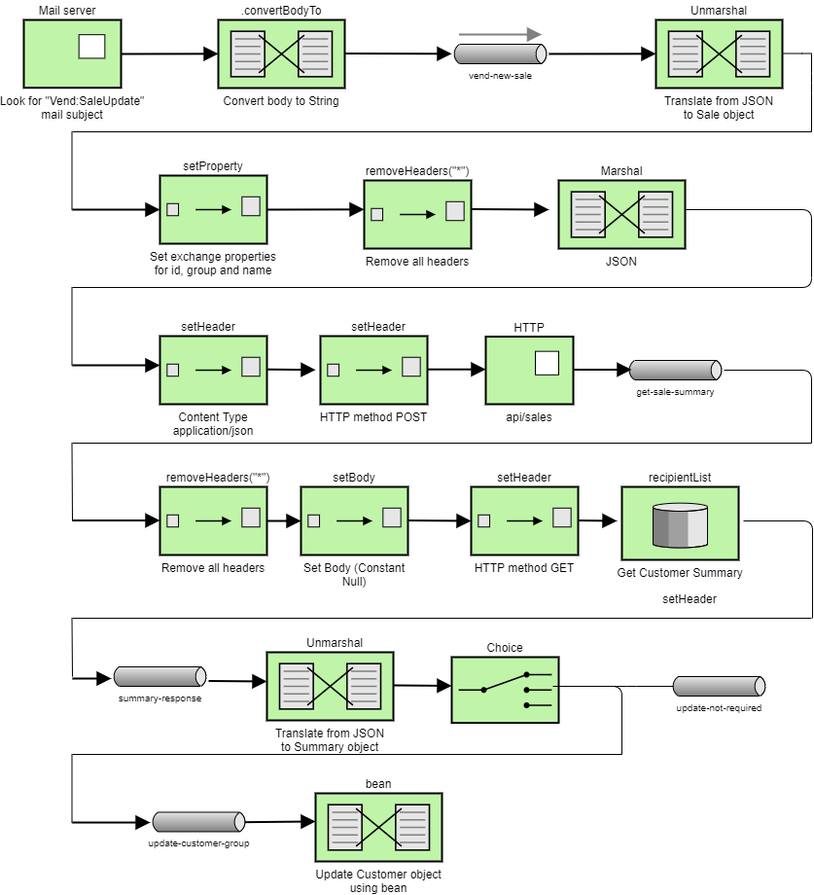
Earlier version of the draw.io export SaleServiceEIP.png (hugonzb/CamelRouter-Project). Source tidied: cells renumbered, new cells last; positions are measured from the earlier drawing's top-left corner, leaving out a move shared by most shapes.
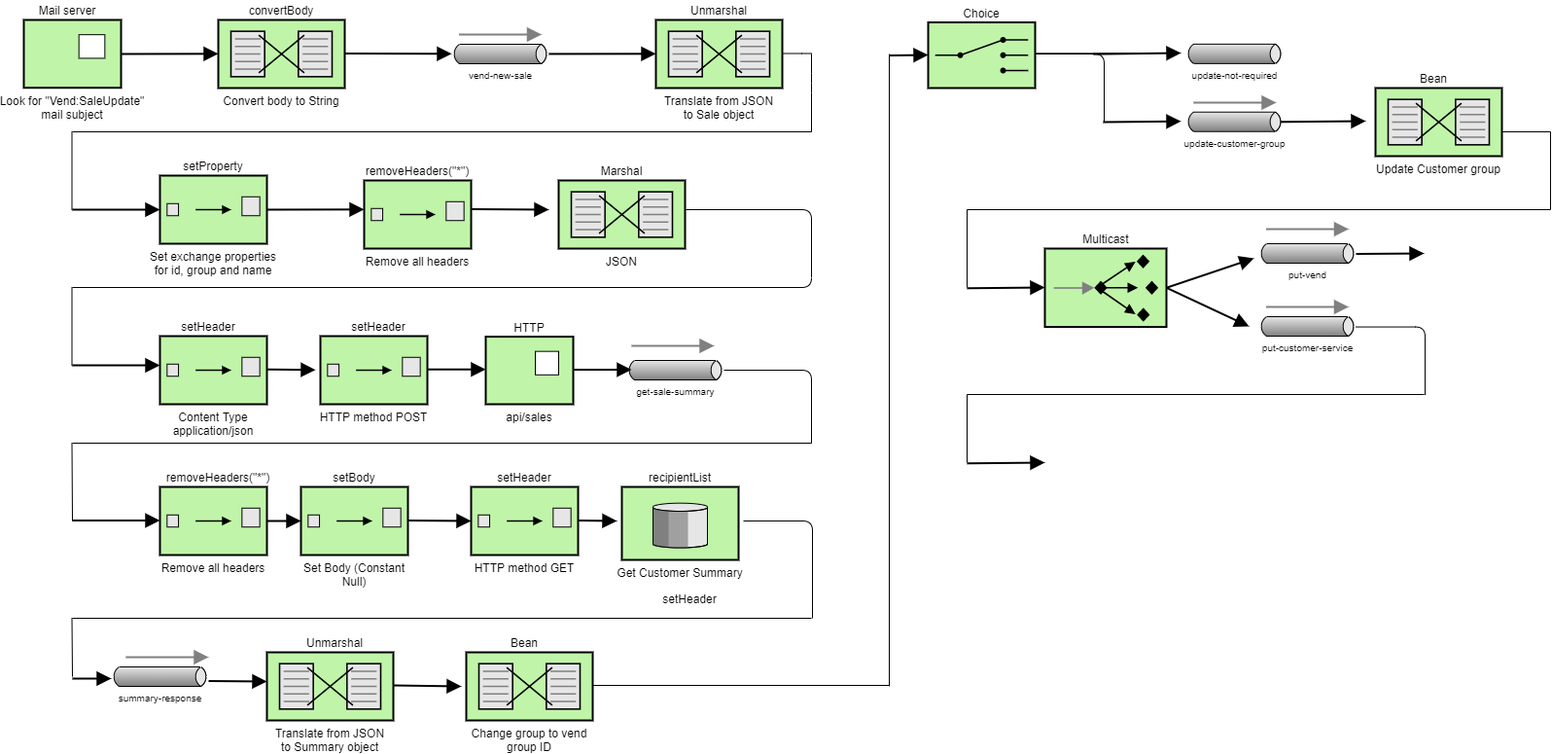
Above is the later version.

Commit message:
Added multicast and bean for converting group to group id, made other small adjustments and fixes

The edit, as a diff of the source:
```diff
@@ -130,7 +130,7 @@
     <mxCell id="26" value="setHeader" style="text;html=1;strokeColor=none;fillColor=none;align=center;verticalAlign=middle;whiteSpace=wrap;rounded=0;fontSize=12;" parent="1" vertex="1">
       <mxGeometry x="345" y="325" width="40" height="20" as="geometry" />
     </mxCell>
-    <mxCell id="27" value=".convertBodyTo" style="text;html=1;strokeColor=none;fillColor=none;align=center;verticalAlign=middle;whiteSpace=wrap;rounded=0;fontSize=12;" parent="1" vertex="1">
+    <mxCell id="27" value="convertBody" style="text;html=1;strokeColor=none;fillColor=none;align=center;verticalAlign=middle;whiteSpace=wrap;rounded=0;fontSize=12;" parent="1" vertex="1">
       <mxGeometry x="230" width="70" height="20" as="geometry" />
     </mxCell>
     <mxCell id="28" value="api/sales" style="strokeWidth=2;dashed=0;align=center;fontSize=12;shape=rect;verticalLabelPosition=bottom;verticalAlign=top;fillColor=#c0f5a9;" parent="1" vertex="1">
@@ -190,8 +190,8 @@
     <mxCell id="39" value="setHeader" style="text;html=1;strokeColor=none;fillColor=none;align=center;verticalAlign=middle;whiteSpace=wrap;rounded=0;fontSize=12;" parent="1" vertex="1">
       <mxGeometry x="665" y="605" width="40" height="20" as="geometry" />
     </mxCell>
-    <mxCell id="40" value="bean" style="text;html=1;strokeColor=none;fillColor=none;align=center;verticalAlign=middle;whiteSpace=wrap;rounded=0;fontSize=12;" parent="1" vertex="1">
-      <mxGeometry x="345" y="795" width="40" height="20" as="geometry" />
+    <mxCell id="40" value="Bean" style="text;html=1;strokeColor=none;fillColor=none;align=center;verticalAlign=middle;whiteSpace=wrap;rounded=0;fontSize=12;" parent="1" vertex="1">
+      <mxGeometry x="1430" y="70" width="40" height="20" as="geometry" />
     </mxCell>
     <mxCell id="41" value="Unmarshal" style="text;html=1;strokeColor=none;fillColor=none;align=center;verticalAlign=middle;whiteSpace=wrap;rounded=0;fontSize=12;" parent="1" vertex="1">
       <mxGeometry x="285" y="650" width="70" height="20" as="geometry" />
@@ -219,7 +219,7 @@
     <mxCell id="46" style="edgeStyle=none;html=1;strokeColor=#000000;endArrow=block;endSize=10;dashed=0;verticalAlign=bottom;strokeWidth=2;" parent="1" edge="1">
       <mxGeometry relative="1" as="geometry">
         <mxPoint x="380" y="704" as="sourcePoint" />
-        <mxPoint x="440" y="704.5" as="targetPoint" />
+        <mxPoint x="450" y="705" as="targetPoint" />
       </mxGeometry>
     </mxCell>
     <mxCell id="47" style="edgeStyle=none;html=1;strokeColor=#000000;endArrow=block;endSize=10;dashed=0;verticalAlign=bottom;strokeWidth=2;" parent="1" edge="1">
@@ -228,24 +228,12 @@
         <mxPoint x="90" y="697" as="targetPoint" />
       </mxGeometry>
     </mxCell>
-    <mxCell id="48" style="edgeStyle=none;html=1;strokeColor=#000000;endArrow=block;endSize=10;dashed=0;verticalAlign=bottom;strokeWidth=2;" parent="1" edge="1">
-      <mxGeometry relative="1" as="geometry">
-        <mxPoint x="50" y="845" as="sourcePoint" />
-        <mxPoint x="130" y="845" as="targetPoint" />
-      </mxGeometry>
-    </mxCell>
     <mxCell id="49" style="endArrow=none;html=1;strokeColor=#000000;fontSize=12;" parent="1" edge="1">
       <mxGeometry relative="1" as="geometry">
-        <mxPoint x="50" y="775" as="sourcePoint" />
-        <mxPoint x="615" y="775" as="targetPoint" />
+        <mxPoint x="585" y="704" as="sourcePoint" />
+        <mxPoint x="890" y="704" as="targetPoint" />
       </mxGeometry>
     </mxCell>
-    <mxCell id="50" style="endArrow=none;html=1;strokeColor=#000000;fontSize=12;" parent="1" edge="1">
-      <mxGeometry relative="1" as="geometry">
-        <mxPoint x="49.5" y="775" as="sourcePoint" />
-        <mxPoint x="49.5" y="845" as="targetPoint" />
-      </mxGeometry>
-    </mxCell>
     <mxCell id="51" style="endArrow=none;html=1;strokeColor=#000000;fontSize=12;exitX=1;exitY=0.5;exitDx=0;exitDy=0;exitPerimeter=0;" parent="1" edge="1">
       <mxGeometry relative="1" as="geometry">
         <mxPoint x="740" y="535" as="sourcePoint" />
@@ -269,8 +257,8 @@
     </mxCell>
     <mxCell id="54" style="edgeStyle=none;html=1;strokeColor=#000000;endArrow=block;endSize=10;dashed=0;verticalAlign=bottom;strokeWidth=2;exitX=1;exitY=0.5;exitDx=0;exitDy=0;exitPerimeter=0;" parent="1" edge="1">
       <mxGeometry relative="1" as="geometry">
-        <mxPoint x="220" y="844.7" as="sourcePoint" />
-        <mxPoint x="300" y="843.9" as="targetPoint" />
+        <mxPoint x="1270" y="125" as="sourcePoint" />
+        <mxPoint x="1380" y="124" as="targetPoint" />
       </mxGeometry>
     </mxCell>
     <mxCell id="55" value="Look for &quot;Vend:SaleUpdate&quot;&#10;mail subject" style="strokeWidth=2;dashed=0;align=center;fontSize=12;shape=rect;verticalLabelPosition=bottom;verticalAlign=top;fillColor=#c0f5a9;" parent="1" vertex="1">
@@ -327,37 +315,197 @@
       <mxGeometry x="615" y="500" width="120" height="75" as="geometry" />
     </mxCell>
     <mxCell id="71" style="strokeWidth=2;dashed=0;align=center;fontSize=8;shape=mxgraph.eip.content_based_router;verticalLabelPosition=bottom;verticalAlign=top;fillColor=#c0f5a9;" parent="1" vertex="1">
-      <mxGeometry x="440" y="675" width="110" height="67.5" as="geometry" />
+      <mxGeometry x="930" y="22.5" width="110" height="67.5" as="geometry" />
     </mxCell>
     <mxCell id="72" value="Choice" style="text;html=1;strokeColor=none;fillColor=none;align=center;verticalAlign=middle;whiteSpace=wrap;rounded=0;fontSize=12;" parent="1" vertex="1">
-      <mxGeometry x="460" y="655" width="70" height="20" as="geometry" />
+      <mxGeometry x="950" y="2.5" width="70" height="20" as="geometry" />
     </mxCell>
     <mxCell id="73" style="endArrow=none;html=1;strokeColor=#000000;fontSize=12;exitX=1;exitY=0.5;exitDx=0;exitDy=0;exitPerimeter=0;" parent="1" edge="1">
       <mxGeometry relative="1" as="geometry">
-        <mxPoint x="549" y="705" as="sourcePoint" />
-        <mxPoint x="670" y="705" as="targetPoint" />
+        <mxPoint x="1040" y="54.4" as="sourcePoint" />
+        <mxPoint x="1161" y="54.4" as="targetPoint" />
         <Array as="points">
-          <mxPoint x="620" y="705" />
+          <mxPoint x="1111" y="54.4" />
         </Array>
       </mxGeometry>
     </mxCell>
     <mxCell id="74" value="&lt;font size=&quot;1&quot;&gt;update-not-required&lt;/font&gt;" style="strokeWidth=1;dashed=0;align=center;html=1;fontSize=8;shape=mxgraph.eip.messageChannel;verticalLabelPosition=bottom;labelBackgroundColor=#ffffff;verticalAlign=top;" parent="1" vertex="1">
-      <mxGeometry x="665" y="695" width="100" height="20" as="geometry" />
+      <mxGeometry x="1195" y="44.9" width="100" height="20" as="geometry" />
     </mxCell>
     <mxCell id="75" style="endArrow=none;html=1;strokeColor=#000000;fontSize=12;exitX=1;exitY=0.5;exitDx=0;exitDy=0;exitPerimeter=0;" parent="1" edge="1">
       <mxGeometry relative="1" as="geometry">
-        <mxPoint x="544" y="705" as="sourcePoint" />
-        <mxPoint x="615" y="775" as="targetPoint" />
+        <mxPoint x="1040" y="55" as="sourcePoint" />
+        <mxPoint x="1111" y="125" as="targetPoint" />
         <Array as="points">
-          <mxPoint x="615" y="705" />
+          <mxPoint x="1111" y="55" />
         </Array>
       </mxGeometry>
     </mxCell>
     <mxCell id="76" value="&lt;font size=&quot;1&quot;&gt;update-customer-group&lt;/font&gt;" style="strokeWidth=1;dashed=0;align=center;html=1;fontSize=8;shape=mxgraph.eip.messageChannel;verticalLabelPosition=bottom;labelBackgroundColor=#ffffff;verticalAlign=top;" parent="1" vertex="1">
-      <mxGeometry x="130" y="834.4" width="100" height="20" as="geometry" />
+      <mxGeometry x="1195" y="114.7" width="100" height="20" as="geometry" />
     </mxCell>
-    <mxCell id="77" value="Update Customer object&#10;using bean" style="strokeWidth=2;dashed=0;align=center;fontSize=12;shape=mxgraph.eip.message_translator;fillColor=#c0f5a9;verticalLabelPosition=bottom;verticalAlign=top;labelPosition=center;" parent="1" vertex="1">
-      <mxGeometry x="300" y="815" width="130" height="70" as="geometry" />
+    <mxCell id="77" value="Update Customer group" style="strokeWidth=2;dashed=0;align=center;fontSize=12;shape=mxgraph.eip.message_translator;fillColor=#c0f5a9;verticalLabelPosition=bottom;verticalAlign=top;labelPosition=center;" parent="1" vertex="1">
+      <mxGeometry x="1390" y="90" width="130" height="70" as="geometry" />
     </mxCell>
+    <mxCell id="78" value="Change group to vend&#10;group ID" style="strokeWidth=2;dashed=0;align=center;fontSize=12;shape=mxgraph.eip.message_translator;fillColor=#c0f5a9;verticalLabelPosition=bottom;verticalAlign=top;labelPosition=center;" parent="1" vertex="1">
+      <mxGeometry x="455" y="670" width="130" height="70" as="geometry" />
+    </mxCell>
+    <mxCell id="79" value="Bean" style="text;html=1;strokeColor=none;fillColor=none;align=center;verticalAlign=middle;whiteSpace=wrap;rounded=0;fontSize=12;" parent="1" vertex="1">
+      <mxGeometry x="495" y="650" width="40" height="20" as="geometry" />
+    </mxCell>
+    <mxCell id="80" style="endArrow=none;html=1;strokeColor=#000000;fontSize=12;" parent="1" edge="1">
+      <mxGeometry relative="1" as="geometry">
+        <mxPoint x="890" y="705" as="sourcePoint" />
+        <mxPoint x="890" y="55" as="targetPoint" />
+      </mxGeometry>
+    </mxCell>
+    <mxCell id="81" style="edgeStyle=none;html=1;strokeColor=#000000;endArrow=block;endSize=10;dashed=0;verticalAlign=bottom;strokeWidth=2;exitX=1;exitY=0.5;exitDx=0;exitDy=0;exitPerimeter=0;" parent="1" edge="1">
+      <mxGeometry relative="1" as="geometry">
+        <mxPoint x="890" y="56.5" as="sourcePoint" />
+        <mxPoint x="930" y="56" as="targetPoint" />
+      </mxGeometry>
+    </mxCell>
+    <mxCell id="82" style="edgeStyle=none;html=1;strokeColor=#000000;endArrow=block;endSize=10;dashed=0;verticalAlign=bottom;strokeWidth=2;exitX=1;exitY=0.5;exitDx=0;exitDy=0;exitPerimeter=0;" parent="1" edge="1">
+      <mxGeometry relative="1" as="geometry">
+        <mxPoint x="1100" y="55.1" as="sourcePoint" />
+        <mxPoint x="1190" y="54" as="targetPoint" />
+      </mxGeometry>
+    </mxCell>
+    <mxCell id="83" style="edgeStyle=none;html=1;strokeColor=#000000;endArrow=block;endSize=10;dashed=0;verticalAlign=bottom;strokeWidth=2;exitX=1;exitY=0.5;exitDx=0;exitDy=0;exitPerimeter=0;" parent="1" edge="1">
+      <mxGeometry relative="1" as="geometry">
+        <mxPoint x="1110" y="125" as="sourcePoint" />
+        <mxPoint x="1190" y="124.2" as="targetPoint" />
+      </mxGeometry>
+    </mxCell>
+    <mxCell id="84" style="endArrow=none;html=1;strokeColor=#000000;fontSize=12;" parent="1" edge="1">
+      <mxGeometry relative="1" as="geometry">
+        <mxPoint x="1570" y="215" as="sourcePoint" />
+        <mxPoint x="1570" y="135" as="targetPoint" />
+      </mxGeometry>
+    </mxCell>
+    <mxCell id="85" style="endArrow=none;html=1;strokeColor=#000000;fontSize=12;" parent="1" edge="1">
+      <mxGeometry relative="1" as="geometry">
+        <mxPoint x="1570" y="135" as="sourcePoint" />
+        <mxPoint x="1520" y="135" as="targetPoint" />
+      </mxGeometry>
+    </mxCell>
+    <mxCell id="86" style="endArrow=none;html=1;strokeColor=#000000;fontSize=12;" parent="1" edge="1">
+      <mxGeometry relative="1" as="geometry">
+        <mxPoint x="970" y="215" as="sourcePoint" />
+        <mxPoint x="1570" y="215" as="targetPoint" />
+      </mxGeometry>
+    </mxCell>
+    <mxCell id="87" style="endArrow=none;html=1;strokeColor=#000000;fontSize=12;" parent="1" edge="1">
+      <mxGeometry relative="1" as="geometry">
+        <mxPoint x="970" y="295" as="sourcePoint" />
+        <mxPoint x="970" y="215" as="targetPoint" />
+      </mxGeometry>
+    </mxCell>
+    <mxCell id="88" style="edgeStyle=none;html=1;strokeColor=#000000;endArrow=block;endSize=10;dashed=0;verticalAlign=bottom;strokeWidth=2;exitX=1;exitY=0.5;exitDx=0;exitDy=0;exitPerimeter=0;" parent="1" edge="1">
+      <mxGeometry relative="1" as="geometry">
+        <mxPoint x="970" y="295.8" as="sourcePoint" />
+        <mxPoint x="1050" y="295" as="targetPoint" />
+      </mxGeometry>
+    </mxCell>
+    <mxCell id="89" style="edgeStyle=none;html=1;strokeColor=#808080;endArrow=block;endSize=10;dashed=0;verticalAlign=bottom;strokeWidth=2;" parent="1" edge="1">
+      <mxGeometry relative="1" as="geometry">
+        <mxPoint x="625" y="355" as="sourcePoint" />
+        <mxPoint x="710" y="355" as="targetPoint" />
+        <Array as="points">
+          <mxPoint x="680" y="355" />
+        </Array>
+      </mxGeometry>
+    </mxCell>
+    <mxCell id="90" style="edgeStyle=none;html=1;strokeColor=#808080;endArrow=block;endSize=10;dashed=0;verticalAlign=bottom;strokeWidth=2;" parent="1" edge="1">
+      <mxGeometry relative="1" as="geometry">
+        <mxPoint x="105" y="675" as="sourcePoint" />
+        <mxPoint x="190" y="675" as="targetPoint" />
+        <Array as="points">
+          <mxPoint x="160" y="675" />
+        </Array>
+      </mxGeometry>
+    </mxCell>
+    <mxCell id="91" style="edgeStyle=none;html=1;strokeColor=#808080;endArrow=block;endSize=10;dashed=0;verticalAlign=bottom;strokeWidth=2;" parent="1" edge="1">
+      <mxGeometry relative="1" as="geometry">
+        <mxPoint x="1203" y="105" as="sourcePoint" />
+        <mxPoint x="1288" y="105" as="targetPoint" />
+        <Array as="points">
+          <mxPoint x="1258" y="105" />
+        </Array>
+      </mxGeometry>
+    </mxCell>
+    <mxCell id="92" style="fillColor=#c0f5a9;dashed=0;outlineConnect=0;strokeWidth=2;html=1;align=center;fontSize=8;verticalLabelPosition=bottom;verticalAlign=top;shape=mxgraph.eip.message_dispatcher;" parent="1" vertex="1">
+      <mxGeometry x="1050" y="255" width="125" height="80.6" as="geometry" />
+    </mxCell>
+    <mxCell id="93" value="Multicast" style="text;html=1;strokeColor=none;fillColor=none;align=center;verticalAlign=middle;whiteSpace=wrap;rounded=0;fontSize=12;" parent="1" vertex="1">
+      <mxGeometry x="1092.5" y="235" width="40" height="20" as="geometry" />
+    </mxCell>
+    <mxCell id="94" value="&lt;font size=&quot;1&quot;&gt;put-vend&lt;/font&gt;" style="strokeWidth=1;dashed=0;align=center;html=1;fontSize=8;shape=mxgraph.eip.messageChannel;verticalLabelPosition=bottom;labelBackgroundColor=#ffffff;verticalAlign=top;" parent="1" vertex="1">
+      <mxGeometry x="1270" y="250" width="100" height="20" as="geometry" />
+    </mxCell>
+    <mxCell id="95" value="&lt;font size=&quot;1&quot;&gt;put-customer-service&lt;/font&gt;" style="strokeWidth=1;dashed=0;align=center;html=1;fontSize=8;shape=mxgraph.eip.messageChannel;verticalLabelPosition=bottom;labelBackgroundColor=#ffffff;verticalAlign=top;" parent="1" vertex="1">
+      <mxGeometry x="1270" y="325" width="100" height="20" as="geometry" />
+    </mxCell>
+    <mxCell id="96" style="edgeStyle=none;html=1;strokeColor=#000000;endArrow=block;endSize=10;dashed=0;verticalAlign=bottom;strokeWidth=2;exitX=1;exitY=0.5;exitDx=0;exitDy=0;exitPerimeter=0;" parent="1" edge="1" source="92">
+      <mxGeometry relative="1" as="geometry">
+        <mxPoint x="1265" y="265" as="targetPoint" />
+      </mxGeometry>
+    </mxCell>
+    <mxCell id="97" style="edgeStyle=none;html=1;strokeColor=#000000;endArrow=block;endSize=10;dashed=0;verticalAlign=bottom;strokeWidth=2;exitX=1;exitY=0.5;exitDx=0;exitDy=0;exitPerimeter=0;" parent="1" edge="1" source="92">
+      <mxGeometry relative="1" as="geometry">
+        <mxPoint x="1260" y="335" as="targetPoint" />
+      </mxGeometry>
+    </mxCell>
+    <mxCell id="98" style="edgeStyle=none;html=1;strokeColor=#808080;endArrow=block;endSize=10;dashed=0;verticalAlign=bottom;strokeWidth=2;" parent="1" edge="1">
+      <mxGeometry relative="1" as="geometry">
+        <mxPoint x="1277.5" y="235" as="sourcePoint" />
+        <mxPoint x="1362.5" y="235" as="targetPoint" />
+        <Array as="points">
+          <mxPoint x="1332.5" y="235" />
+        </Array>
+      </mxGeometry>
+    </mxCell>
+    <mxCell id="99" style="edgeStyle=none;html=1;strokeColor=#808080;endArrow=block;endSize=10;dashed=0;verticalAlign=bottom;strokeWidth=2;" parent="1" edge="1">
+      <mxGeometry relative="1" as="geometry">
+        <mxPoint x="1277.5" y="315" as="sourcePoint" />
+        <mxPoint x="1362.5" y="315" as="targetPoint" />
+        <Array as="points">
+          <mxPoint x="1332.5" y="315" />
+        </Array>
+      </mxGeometry>
+    </mxCell>
+    <mxCell id="100" style="endArrow=none;html=1;strokeColor=#000000;fontSize=12;exitX=1;exitY=0.5;exitDx=0;exitDy=0;exitPerimeter=0;" parent="1" edge="1">
+      <mxGeometry relative="1" as="geometry">
+        <mxPoint x="1370" y="335.6" as="sourcePoint" />
+        <mxPoint x="1441" y="405.6" as="targetPoint" />
+        <Array as="points">
+          <mxPoint x="1441" y="335.6" />
+        </Array>
+      </mxGeometry>
+    </mxCell>
+    <mxCell id="101" style="endArrow=none;html=1;strokeColor=#000000;fontSize=12;" parent="1" edge="1">
+      <mxGeometry relative="1" as="geometry">
+        <mxPoint x="970" y="405" as="sourcePoint" />
+        <mxPoint x="1440" y="405" as="targetPoint" />
+      </mxGeometry>
+    </mxCell>
+    <mxCell id="102" style="endArrow=none;html=1;strokeColor=#000000;fontSize=12;" parent="1" edge="1">
+      <mxGeometry relative="1" as="geometry">
+        <mxPoint x="970" y="475" as="sourcePoint" />
+        <mxPoint x="970" y="405" as="targetPoint" />
+      </mxGeometry>
+    </mxCell>
+    <mxCell id="103" style="edgeStyle=none;html=1;strokeColor=#000000;endArrow=block;endSize=10;dashed=0;verticalAlign=bottom;strokeWidth=2;exitX=1;exitY=0.5;exitDx=0;exitDy=0;exitPerimeter=0;" parent="1" edge="1">
+      <mxGeometry relative="1" as="geometry">
+        <mxPoint x="970" y="475.8" as="sourcePoint" />
+        <mxPoint x="1050" y="475" as="targetPoint" />
+      </mxGeometry>
+    </mxCell>
+    <mxCell id="104" style="edgeStyle=none;html=1;strokeColor=#000000;endArrow=block;endSize=10;dashed=0;verticalAlign=bottom;strokeWidth=2;exitX=1;exitY=0.5;exitDx=0;exitDy=0;exitPerimeter=0;" parent="1" edge="1">
+      <mxGeometry relative="1" as="geometry">
+        <mxPoint x="1370" y="260.5" as="sourcePoint" />
+        <mxPoint x="1440" y="260" as="targetPoint" />
+      </mxGeometry>
+    </mxCell>
   </root>
 </mxGraphModel>
```
